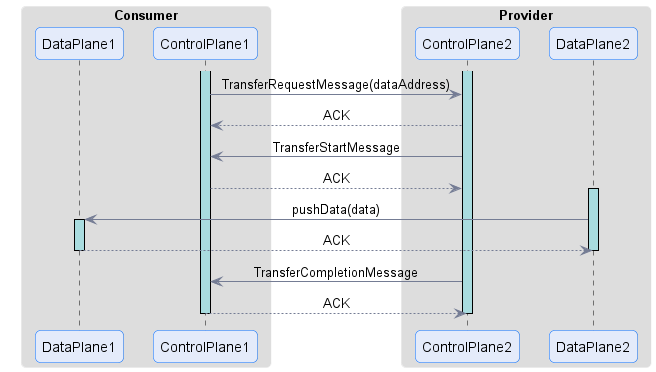
This is transfer/figures/push-transfer-process.png from International-Data-Spaces-Association/ids-specification, a PlantUML export, as it was before one commit.
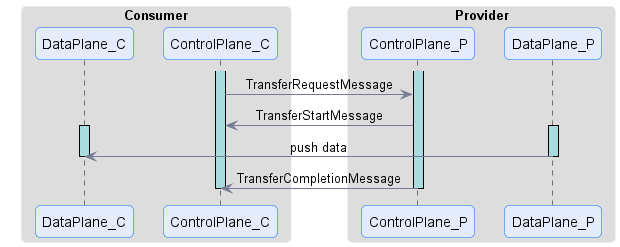
After the commit.

Commit message:
chore: update TP process description and diagrams

What changed in the source:
```diff
@@ -1,42 +1,38 @@
 @startuml "push-transfer-process"
 !pragma layout smetana
 
-!include ../common/style/diagram.styles.puml
+!include ../../common/style/diagram.styles.puml
 
 hide empty description
 
 skinparam defaultTextAlignment center
 
 box Consumer
-participant DataPlane1
-participant ControlPlane1
+participant DataPlane_C
+participant ControlPlane_C
 end box
 
 box Provider
-participant ControlPlane2
-participant DataPlane2
+participant ControlPlane_P
+participant DataPlane_P
 end box
 
-activate ControlPlane1
-activate ControlPlane2
+activate ControlPlane_C
+activate ControlPlane_P
 
-ControlPlane1 -> ControlPlane2 : TransferRequestMessage(dataAddress)
-ControlPlane2 --> ControlPlane1 : ACK
+ControlPlane_C -> ControlPlane_P : TransferRequestMessage
 
-ControlPlane2 -> ControlPlane1 : TransferStartMessage
-ControlPlane1 --> ControlPlane2 : ACK
+ControlPlane_P -> ControlPlane_C : TransferStartMessage
 
-activate DataPlane2
-DataPlane2 -> DataPlane1 : pushData(data)
-activate DataPlane1
-DataPlane1 --> DataPlane2 : ACK
-deactivate DataPlane2
-deactivate DataPlane1
+activate DataPlane_C
+activate DataPlane_P
+DataPlane_P -> DataPlane_C : push data
+deactivate DataPlane_P
+deactivate DataPlane_C
 
-ControlPlane2 -> ControlPlane1 : TransferCompletionMessage
-ControlPlane1 --> ControlPlane2 : ACK
+ControlPlane_P -> ControlPlane_C : TransferCompletionMessage
 
-deactivate ControlPlane1
-deactivate ControlPlane2
+deactivate ControlPlane_C
+deactivate ControlPlane_P
 
 @enduml
```
